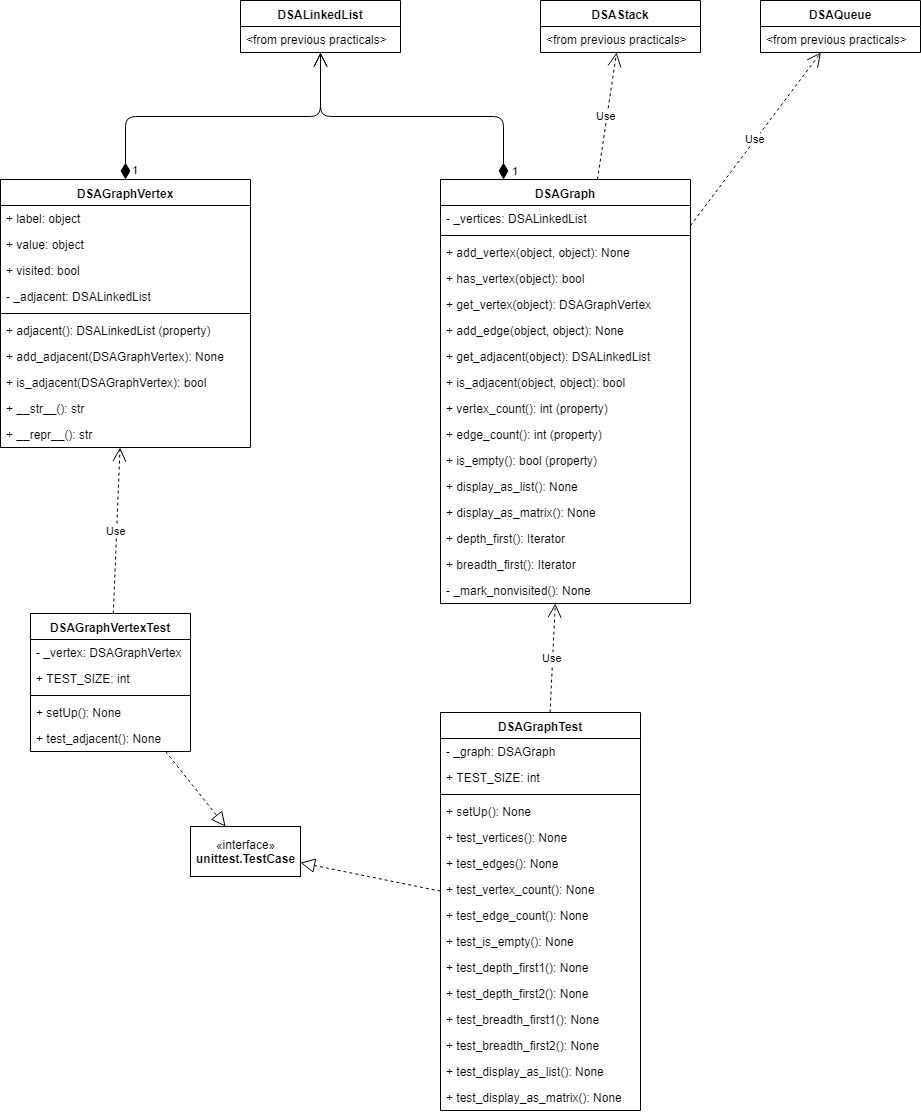
Before: P5/UML.png, a diagram exported from draw.io (MC-DeltaT/DSA-Practicals). Source tidied: cells renumbered, new cells last; positions are measured from the earlier drawing's top-left corner, leaving out a move shared by most shapes.
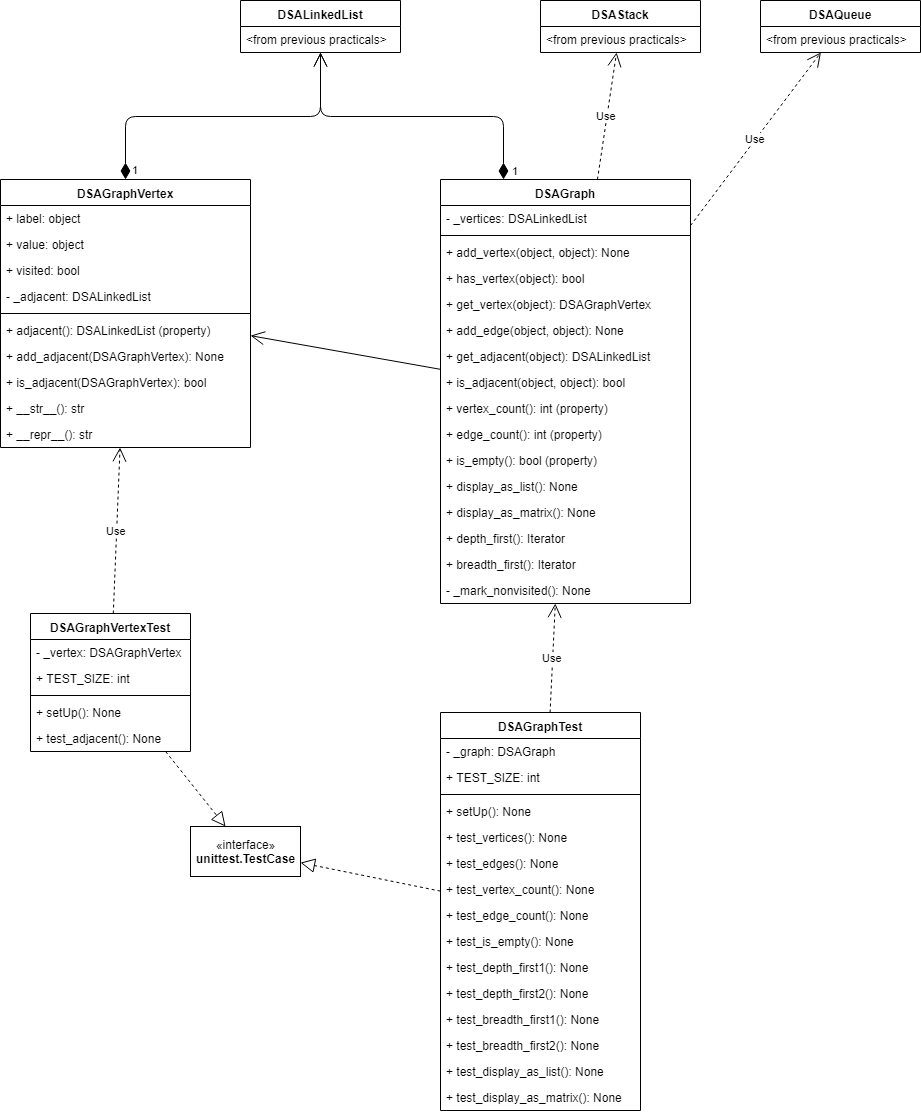
Later version of the same file.

Diff of the diagram source:
```diff
@@ -199,5 +199,8 @@
     <mxCell id="66" style="endArrow=block;dashed=1;endFill=0;endSize=12;html=1;" parent="1" edge="1" source="40" target="46">
       <mxGeometry relative="1" as="geometry" />
     </mxCell>
+    <mxCell id="67" style="endArrow=open;endFill=1;endSize=12;html=1;" parent="1" edge="1" source="19" target="2">
+      <mxGeometry relative="1" as="geometry" />
+    </mxCell>
   </root>
 </mxGraphModel>
```
